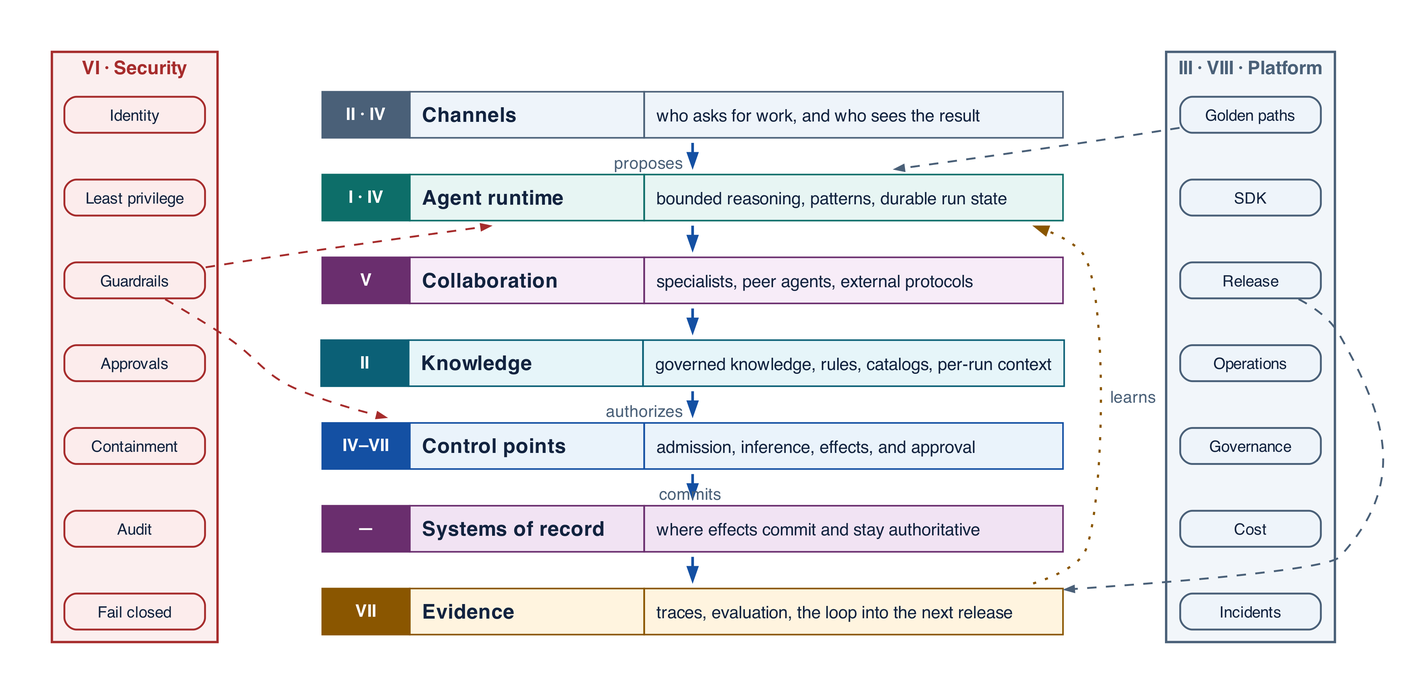
Above: assets/diagrams/system-overview.png in rrahimi-uci/building-enterprise-general-intelligence (Graphviz), before the change. Its source is kept beside it as assets/diagrams/src/system-overview.gv.
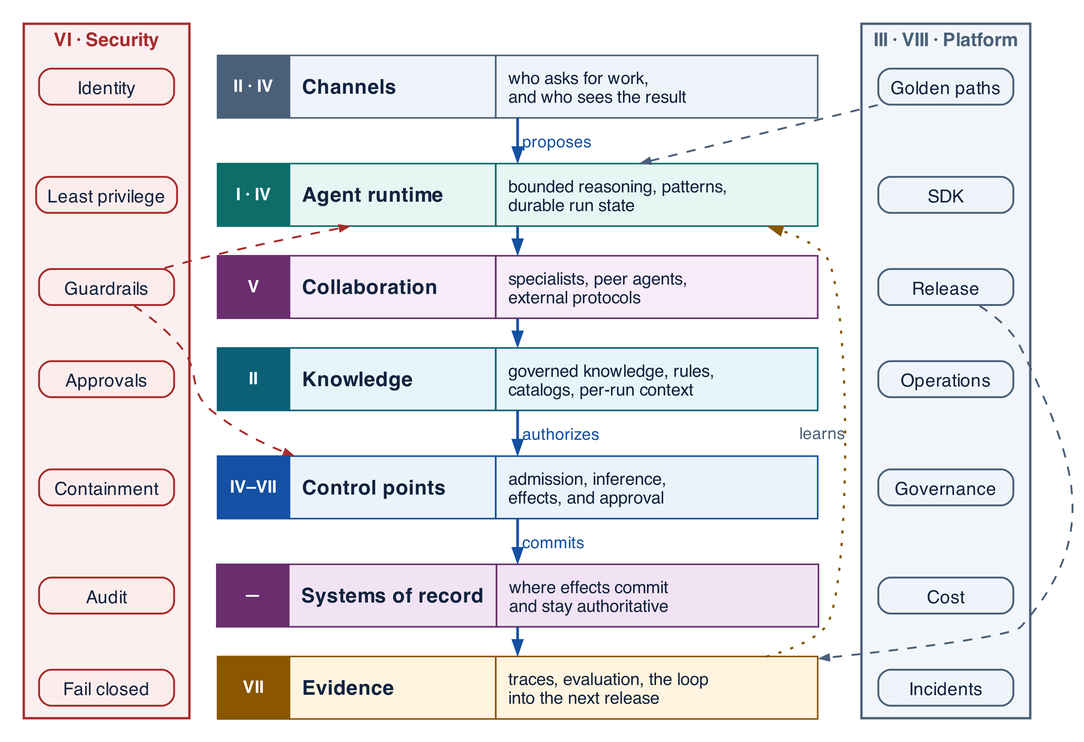
The same file after the commit.

Change to the diagram source:
```diff
@@ -1,6 +1,6 @@
 digraph system_overview {
   rankdir = TB
-  graph [ranksep=0.24, nodesep=0.34]
+  graph [ranksep=0.24, nodesep=0.12, pad=0.1]
   node [shape=plaintext, style="", margin=0]
 
   subgraph cluster_sec {
@@ -9,7 +9,7 @@
     style = filled; fillcolor = "#FBEFEF"; color = "#A62C2C"; penwidth = 1.5
     margin = 8
     node [shape=box, style="filled,rounded", penwidth=1.2, fontsize=10,
-          fillcolor="#FCECEC", color="#A62C2C", width=1.25, height=0.32,
+          fillcolor="#FCECEC", color="#A62C2C", width=1.2, height=0.32, fontsize=11.5,
           margin="0.10,0.06"]
     c0 [label="Identity"]
     cx [label="Least privilege"]
@@ -22,39 +22,39 @@
   }
 
   ch [label=<<TABLE BORDER="0" CELLBORDER="1" CELLSPACING="0" CELLPADDING="7" COLOR="#4A6078" BGCOLOR="#EEF4FA">
-    <TR><TD WIDTH="56" BGCOLOR="#4A6078" ALIGN="CENTER"><FONT COLOR="white" POINT-SIZE="11"><B>II · IV</B></FONT></TD>
-        <TD WIDTH="150" ALIGN="LEFT"><B>Channels</B></TD>
-        <TD WIDTH="268" ALIGN="LEFT"><FONT POINT-SIZE="11">who asks for work, and who sees the result</FONT></TD></TR></TABLE>>]
+    <TR><TD WIDTH="46" BGCOLOR="#4A6078" ALIGN="CENTER"><FONT COLOR="white" POINT-SIZE="11"><B>II · IV</B></FONT></TD>
+        <TD WIDTH="132" ALIGN="LEFT"><B>Channels</B></TD>
+        <TD WIDTH="206" ALIGN="LEFT"><FONT POINT-SIZE="11">who asks for work,<BR ALIGN="LEFT"/>and who sees the result<BR ALIGN="LEFT"/></FONT></TD></TR></TABLE>>]
 
   rt [label=<<TABLE BORDER="0" CELLBORDER="1" CELLSPACING="0" CELLPADDING="7" COLOR="#0D6E69" BGCOLOR="#E7F5F3">
-    <TR><TD WIDTH="56" BGCOLOR="#0D6E69" ALIGN="CENTER"><FONT COLOR="white" POINT-SIZE="11"><B>I · IV</B></FONT></TD>
-        <TD WIDTH="150" ALIGN="LEFT"><B>Agent runtime</B></TD>
-        <TD WIDTH="268" ALIGN="LEFT"><FONT POINT-SIZE="11">bounded reasoning, patterns, durable run state</FONT></TD></TR></TABLE>>]
+    <TR><TD WIDTH="46" BGCOLOR="#0D6E69" ALIGN="CENTER"><FONT COLOR="white" POINT-SIZE="11"><B>I · IV</B></FONT></TD>
+        <TD WIDTH="132" ALIGN="LEFT"><B>Agent runtime</B></TD>
+        <TD WIDTH="206" ALIGN="LEFT"><FONT POINT-SIZE="11">bounded reasoning, patterns,<BR ALIGN="LEFT"/>durable run state<BR ALIGN="LEFT"/></FONT></TD></TR></TABLE>>]
 
   ma [label=<<TABLE BORDER="0" CELLBORDER="1" CELLSPACING="0" CELLPADDING="7" COLOR="#6A2E6E" BGCOLOR="#F7ECF8">
-    <TR><TD WIDTH="56" BGCOLOR="#6A2E6E" ALIGN="CENTER"><FONT COLOR="white" POINT-SIZE="11"><B>V</B></FONT></TD>
-        <TD WIDTH="150" ALIGN="LEFT"><B>Collaboration</B></TD>
-        <TD WIDTH="268" ALIGN="LEFT"><FONT POINT-SIZE="11">specialists, peer agents, external protocols</FONT></TD></TR></TABLE>>]
+    <TR><TD WIDTH="46" BGCOLOR="#6A2E6E" ALIGN="CENTER"><FONT COLOR="white" POINT-SIZE="11"><B>V</B></FONT></TD>
+        <TD WIDTH="132" ALIGN="LEFT"><B>Collaboration</B></TD>
+        <TD WIDTH="206" ALIGN="LEFT"><FONT POINT-SIZE="11">specialists, peer agents,<BR ALIGN="LEFT"/>external protocols<BR ALIGN="LEFT"/></FONT></TD></TR></TABLE>>]
 
   kn [label=<<TABLE BORDER="0" CELLBORDER="1" CELLSPACING="0" CELLPADDING="7" COLOR="#0B6076" BGCOLOR="#E6F5F9">
-    <TR><TD WIDTH="56" BGCOLOR="#0B6076" ALIGN="CENTER"><FONT COLOR="white" POINT-SIZE="11"><B>II</B></FONT></TD>
-        <TD WIDTH="150" ALIGN="LEFT"><B>Knowledge</B></TD>
-        <TD WIDTH="268" ALIGN="LEFT"><FONT POINT-SIZE="11">governed knowledge, rules, catalogs, per-run context</FONT></TD></TR></TABLE>>]
+    <TR><TD WIDTH="46" BGCOLOR="#0B6076" ALIGN="CENTER"><FONT COLOR="white" POINT-SIZE="11"><B>II</B></FONT></TD>
+        <TD WIDTH="132" ALIGN="LEFT"><B>Knowledge</B></TD>
+        <TD WIDTH="206" ALIGN="LEFT"><FONT POINT-SIZE="11">governed knowledge, rules,<BR ALIGN="LEFT"/>catalogs, per-run context<BR ALIGN="LEFT"/></FONT></TD></TR></TABLE>>]
 
   gw [label=<<TABLE BORDER="0" CELLBORDER="1" CELLSPACING="0" CELLPADDING="7" COLOR="#1450A3" BGCOLOR="#EAF3FB">
-    <TR><TD WIDTH="56" BGCOLOR="#1450A3" ALIGN="CENTER"><FONT COLOR="white" POINT-SIZE="11"><B>IV&#8211;VII</B></FONT></TD>
-        <TD WIDTH="150" ALIGN="LEFT"><B>Control points</B></TD>
-        <TD WIDTH="268" ALIGN="LEFT"><FONT POINT-SIZE="11">admission, inference, effects, and approval</FONT></TD></TR></TABLE>>]
+    <TR><TD WIDTH="46" BGCOLOR="#1450A3" ALIGN="CENTER"><FONT COLOR="white" POINT-SIZE="11"><B>IV&#8211;VII</B></FONT></TD>
+        <TD WIDTH="132" ALIGN="LEFT"><B>Control points</B></TD>
+        <TD WIDTH="206" ALIGN="LEFT"><FONT POINT-SIZE="11">admission, inference,<BR ALIGN="LEFT"/>effects, and approval<BR ALIGN="LEFT"/></FONT></TD></TR></TABLE>>]
 
   sor [label=<<TABLE BORDER="0" CELLBORDER="1" CELLSPACING="0" CELLPADDING="7" COLOR="#6A2E6E" BGCOLOR="#F1E3F3">
-    <TR><TD WIDTH="56" BGCOLOR="#6A2E6E" ALIGN="CENTER"><FONT COLOR="white" POINT-SIZE="11"><B>—</B></FONT></TD>
-        <TD WIDTH="150" ALIGN="LEFT"><B>Systems of record</B></TD>
-        <TD WIDTH="268" ALIGN="LEFT"><FONT POINT-SIZE="11">where effects commit and stay authoritative</FONT></TD></TR></TABLE>>]
+    <TR><TD WIDTH="46" BGCOLOR="#6A2E6E" ALIGN="CENTER"><FONT COLOR="white" POINT-SIZE="11"><B>—</B></FONT></TD>
+        <TD WIDTH="132" ALIGN="LEFT"><B>Systems of record</B></TD>
+        <TD WIDTH="206" ALIGN="LEFT"><FONT POINT-SIZE="11">where effects commit<BR ALIGN="LEFT"/>and stay authoritative<BR ALIGN="LEFT"/></FONT></TD></TR></TABLE>>]
 
   obs [label=<<TABLE BORDER="0" CELLBORDER="1" CELLSPACING="0" CELLPADDING="7" COLOR="#8A5600" BGCOLOR="#FFF4DF">
-    <TR><TD WIDTH="56" BGCOLOR="#8A5600" ALIGN="CENTER"><FONT COLOR="white" POINT-SIZE="11"><B>VII</B></FONT></TD>
-        <TD WIDTH="150" ALIGN="LEFT"><B>Evidence</B></TD>
-        <TD WIDTH="268" ALIGN="LEFT"><FONT POINT-SIZE="11">traces, evaluation, the loop into the next release</FONT></TD></TR></TABLE>>]
+    <TR><TD WIDTH="46" BGCOLOR="#8A5600" ALIGN="CENTER"><FONT COLOR="white" POINT-SIZE="11"><B>VII</B></FONT></TD>
+        <TD WIDTH="132" ALIGN="LEFT"><B>Evidence</B></TD>
+        <TD WIDTH="206" ALIGN="LEFT"><FONT POINT-SIZE="11">traces, evaluation, the loop<BR ALIGN="LEFT"/>into the next release<BR ALIGN="LEFT"/></FONT></TD></TR></TABLE>>]
 
   subgraph cluster_ops {
     label = <<B>III &#183; VIII &#183; Platform</B>>
@@ -62,7 +62,7 @@
     style = filled; fillcolor = "#F2F6FA"; color = "#4A6078"; penwidth = 1.5
     margin = 8
     node [shape=box, style="filled,rounded", penwidth=1.2, fontsize=10,
-          fillcolor="#EEF4FA", color="#4A6078", width=1.25, height=0.32,
+          fillcolor="#EEF4FA", color="#4A6078", width=1.2, height=0.32, fontsize=11.5,
           margin="0.10,0.06"]
     p0 [label="Golden paths"]
     p1 [label="SDK"]
@@ -75,11 +75,11 @@
   }
 
   edge [color="#1450A3", penwidth=1.7, arrowsize=0.8]
-  ch -> rt [xlabel=" proposes  "]
+  ch -> rt [label=" proposes", fontcolor="#1450A3"]
   rt -> ma
   ma -> kn
-  kn -> gw [xlabel=" authorizes  "]
-  gw -> sor [xlabel=" commits  "]
+  kn -> gw [label=" authorizes", fontcolor="#1450A3"]
+  gw -> sor [label=" commits", fontcolor="#1450A3"]
   sor -> obs
 
   edge [style=dotted, color="#8A5600", penwidth=1.4, constraint=false,
```
